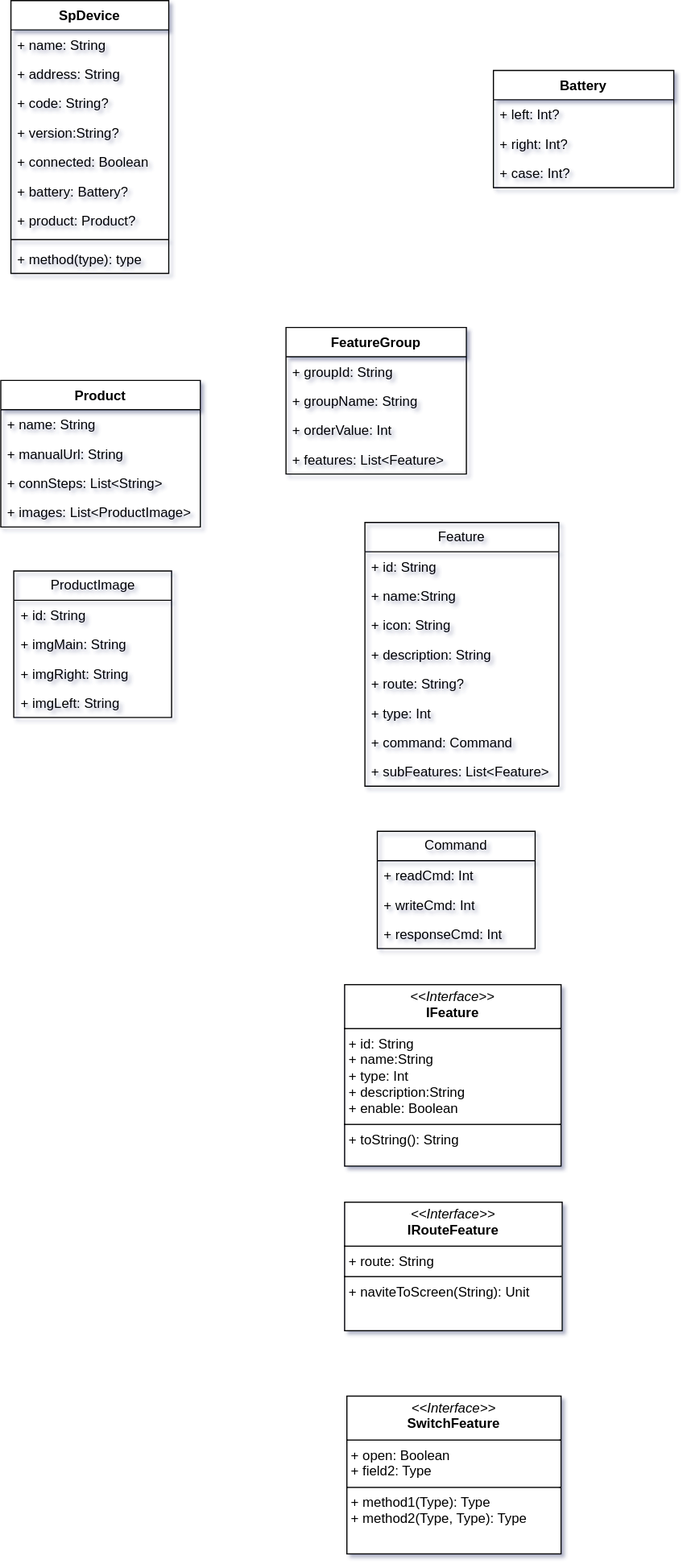
The draw.io diagram 未命名绘图.drawio.svg in kekemao00/draw-libs, before a commit. Source tidied: cells renumbered, new cells last; positions are measured from the earlier drawing's top-left corner, leaving out a move shared by most shapes.
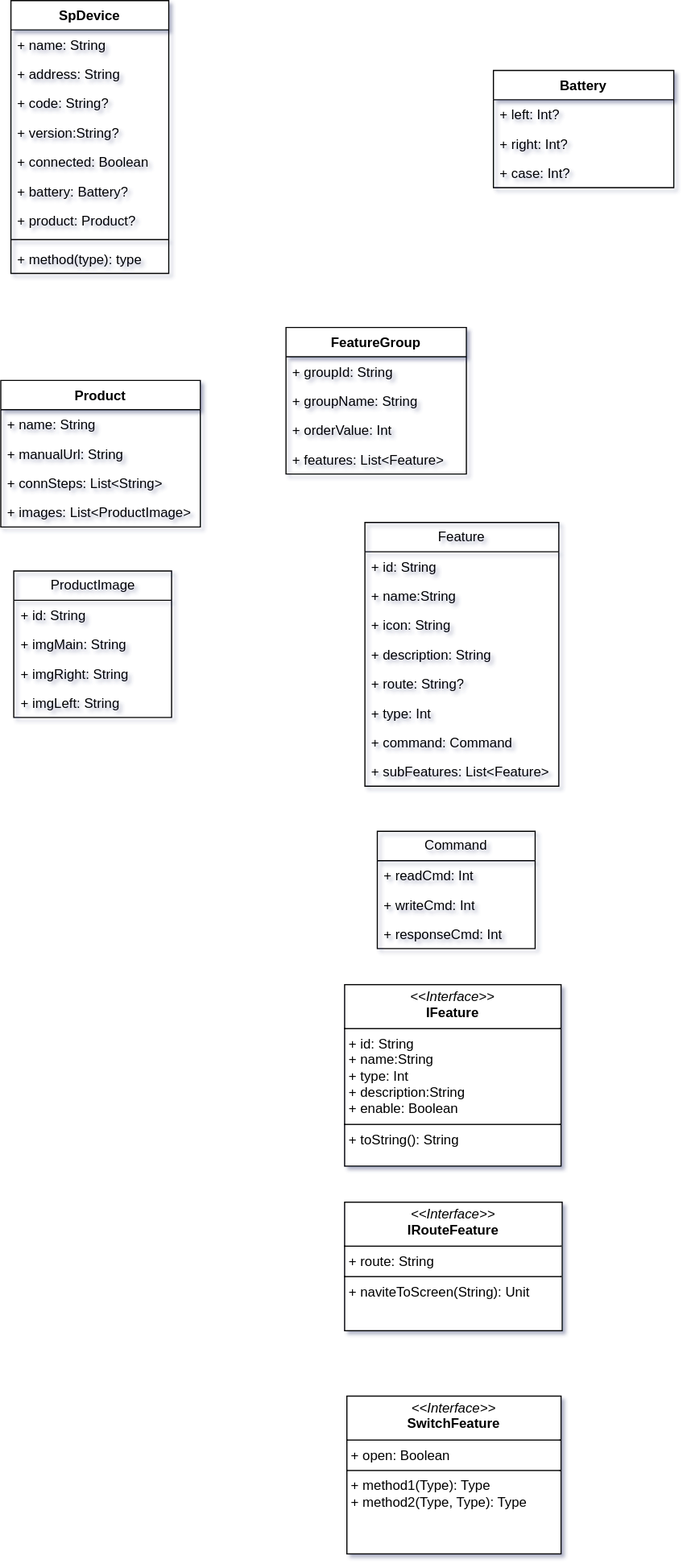
After the commit.

Commit message:
更新未命名绘图.drawio.svg

Change to the diagram source:
```diff
@@ -131,7 +131,7 @@
     <mxCell id="44" value="&lt;p style=&quot;margin:0px;margin-top:4px;text-align:center;&quot;&gt;&lt;i&gt;&amp;lt;&amp;lt;Interface&amp;gt;&amp;gt;&lt;/i&gt;&lt;br&gt;&lt;b&gt;IFeature&lt;/b&gt;&lt;/p&gt;&lt;hr size=&quot;1&quot; style=&quot;border-style:solid;&quot;&gt;&lt;p style=&quot;margin:0px;margin-left:4px;&quot;&gt;+ id: String&lt;br&gt;+ name:String&lt;br&gt;+ type: Int&lt;br&gt;+ description:String&lt;br&gt;+&amp;nbsp;enable: Boolean&lt;/p&gt;&lt;hr size=&quot;1&quot; style=&quot;border-style:solid;&quot;&gt;&lt;p style=&quot;margin:0px;margin-left:4px;&quot;&gt;+ toString(): String&lt;br&gt;&lt;/p&gt;" style="verticalAlign=top;align=left;overflow=fill;html=1;whiteSpace=wrap;" parent="1" vertex="1">
       <mxGeometry x="305" y="873" width="192" height="161" as="geometry" />
     </mxCell>
-    <mxCell id="45" value="&lt;p style=&quot;margin:0px;margin-top:4px;text-align:center;&quot;&gt;&lt;i&gt;&amp;lt;&amp;lt;Interface&amp;gt;&amp;gt;&lt;/i&gt;&lt;br&gt;&lt;b&gt;SwitchFeature&lt;/b&gt;&lt;/p&gt;&lt;hr size=&quot;1&quot; style=&quot;border-style:solid;&quot;&gt;&lt;p style=&quot;margin:0px;margin-left:4px;&quot;&gt;+ open: Boolean&lt;br&gt;+ field2: Type&lt;/p&gt;&lt;hr size=&quot;1&quot; style=&quot;border-style:solid;&quot;&gt;&lt;p style=&quot;margin:0px;margin-left:4px;&quot;&gt;+ method1(Type): Type&lt;br&gt;+ method2(Type, Type): Type&lt;/p&gt;" style="verticalAlign=top;align=left;overflow=fill;html=1;whiteSpace=wrap;" parent="1" vertex="1">
+    <mxCell id="45" value="&lt;p style=&quot;margin:0px;margin-top:4px;text-align:center;&quot;&gt;&lt;i&gt;&amp;lt;&amp;lt;Interface&amp;gt;&amp;gt;&lt;/i&gt;&lt;br&gt;&lt;b&gt;SwitchFeature&lt;/b&gt;&lt;/p&gt;&lt;hr size=&quot;1&quot; style=&quot;border-style:solid;&quot;&gt;&lt;p style=&quot;margin:0px;margin-left:4px;&quot;&gt;+ open: Boolean&lt;br&gt;&lt;/p&gt;&lt;hr size=&quot;1&quot; style=&quot;border-style:solid;&quot;&gt;&lt;p style=&quot;margin:0px;margin-left:4px;&quot;&gt;+ method1(Type): Type&lt;br&gt;+ method2(Type, Type): Type&lt;/p&gt;" style="verticalAlign=top;align=left;overflow=fill;html=1;whiteSpace=wrap;" parent="1" vertex="1">
       <mxGeometry x="307" y="1238" width="190" height="140" as="geometry" />
     </mxCell>
     <mxCell id="46" value="&lt;p style=&quot;margin:0px;margin-top:4px;text-align:center;&quot;&gt;&lt;i&gt;&amp;lt;&amp;lt;Interface&amp;gt;&amp;gt;&lt;/i&gt;&lt;br&gt;&lt;b&gt;IRouteFeature&lt;/b&gt;&lt;/p&gt;&lt;hr size=&quot;1&quot; style=&quot;border-style:solid;&quot;&gt;&lt;p style=&quot;margin:0px;margin-left:4px;&quot;&gt;+ route: String&lt;/p&gt;&lt;hr size=&quot;1&quot; style=&quot;border-style:solid;&quot;&gt;&lt;p style=&quot;margin:0px;margin-left:4px;&quot;&gt;+ naviteToScreen(String): Unit&lt;br&gt;&lt;/p&gt;" style="verticalAlign=top;align=left;overflow=fill;html=1;whiteSpace=wrap;" parent="1" vertex="1">
```
